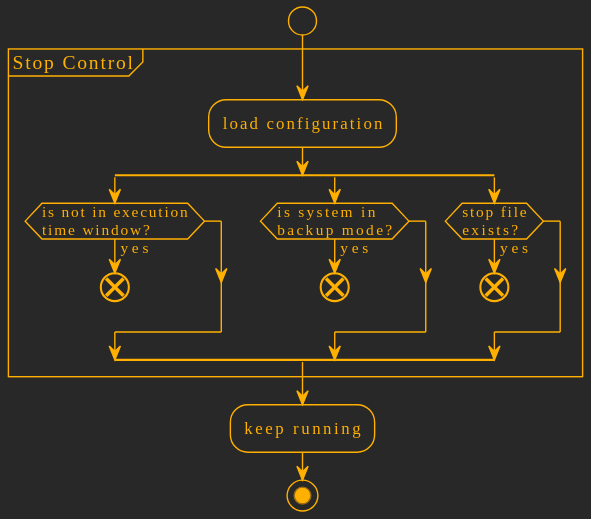
guionardo/palestra-case-platform keeps this PlantUML diagram as palestra/images/arquitetura-provider-flow-stop-control.svg. Above is the earlier version. Source of this version:
```plantuml
@startuml arquitetura-provider-flow-stop-control

!theme crt-amber

start

group Stop Control

    :load configuration;

    split
        if (is not in execution\ntime window?) then (yes)
            end
        endif
    split again
        if (is system in\nbackup mode?) then (yes)
            end

        endif
    split again
        if (stop file\nexists?) then (yes)
            end

        endif
    end split




end group

:keep running;
stop
@enduml
```
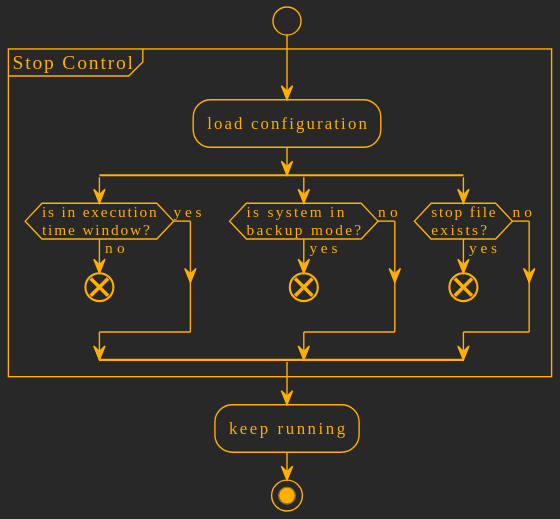
The same diagram one commit later.

What changed in the source:
```diff
@@ -9,18 +9,19 @@
     :load configuration;
 
     split
-        if (is not in execution\ntime window?) then (yes)
+        if (is in execution\ntime window?) then (yes)
+        else (no)
             end
         endif
     split again
         if (is system in\nbackup mode?) then (yes)
             end
-
+        else (no)
         endif
     split again
         if (stop file\nexists?) then (yes)
             end
-
+        else (no)
         endif
     end split
 
```
